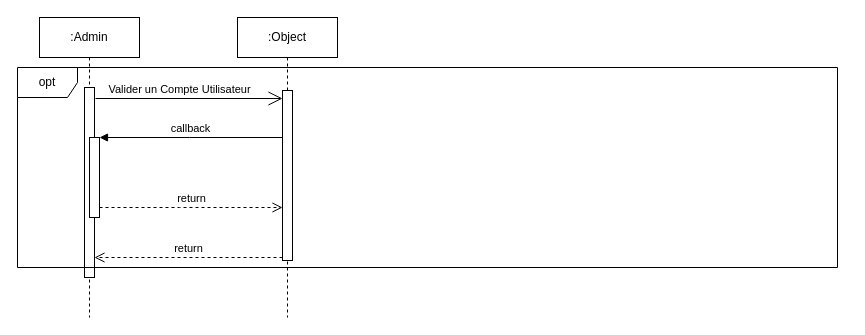
Before: Untitled Diagram.drawio in BARIGOU-Imane/Gestion-des-Ordres-de-Mission, a draw.io diagram. Source tidied: cells renumbered, new cells numbered last; positions are measured from the earlier drawing's top-left corner, leaving out a move shared by most shapes. Both pictures are drawn from the tidied source at 100%, with x=0, y=0 at pixel (17, 17).
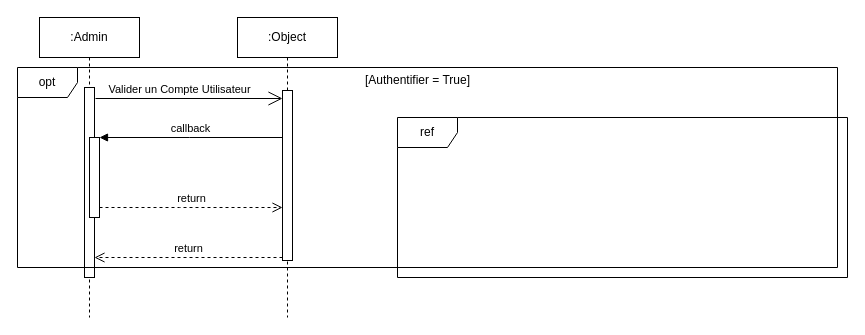
After the change.

Diff of the diagram source:
```diff
@@
+    <mxCell id="14" value="[Authentifier = True]" style="text;html=1;align=center;verticalAlign=middle;strokeColor=none;fillColor=none;" parent="1" vertex="1">
+      <mxGeometry x="335" y="48" width="130" height="30" as="geometry" />
+    </mxCell>
+    <mxCell id="15" value="ref" style="shape=umlFrame;whiteSpace=wrap;html=1;" parent="1" vertex="1">
+      <mxGeometry x="380" y="100" width="450" height="160" as="geometry" />
+    </mxCell>
```
